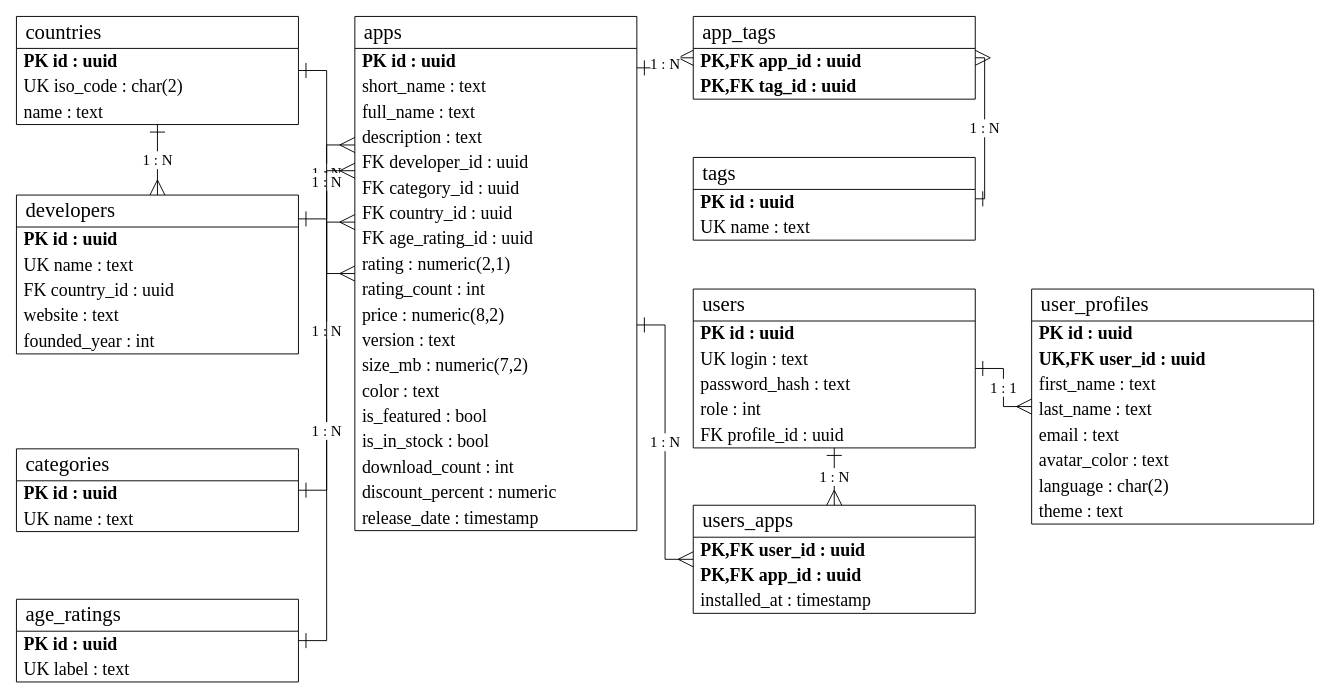
The draw.io diagram docs/UML/erd.drawio in martim-x/AppStore, before the edit. Source tidied: cells renumbered, new cells numbered last; positions are measured from the earlier drawing's top-left corner, leaving out a move shared by most shapes. Both pictures are drawn from the tidied source at 94%, with x=0, y=0 at pixel (16, 16).
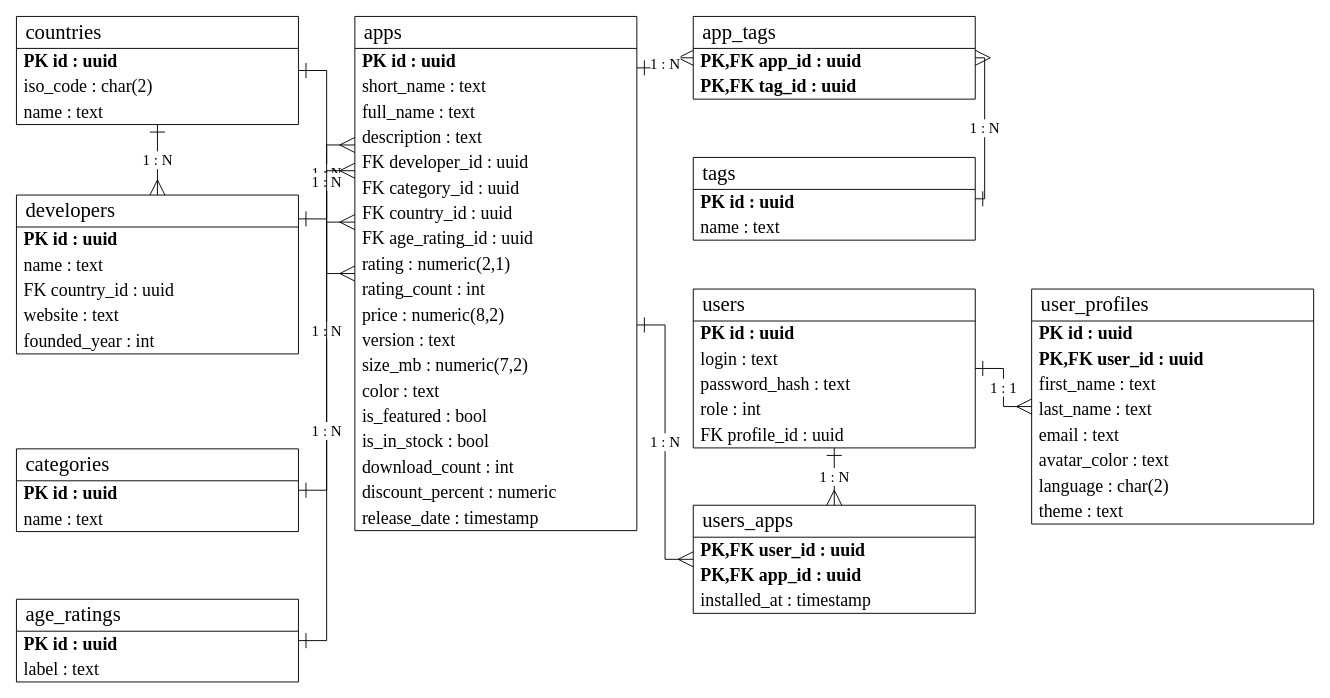
After the change.

Commit message (it also covers changes not shown here):
docs(report): источники, ERD и текст по замечаниям

Unchanged cells that the change refers to:
```xml
<mxCell id="2" value="countries" style="shape=swimlane;html=1;startSize=34;fillColor=none;strokeColor=#000000;fontFamily=Times New Roman;fontSize=22;align=left;verticalAlign=middle;spacingLeft=8;swimlaneFillColor=none;" parent="1" vertex="1">
  <mxGeometry width="300" height="115" as="geometry" />
</mxCell>
<mxCell id="6" value="developers" style="shape=swimlane;html=1;startSize=34;fillColor=none;strokeColor=#000000;fontFamily=Times New Roman;fontSize=22;align=left;verticalAlign=middle;spacingLeft=8;swimlaneFillColor=none;" parent="1" vertex="1">
  <mxGeometry y="190" width="300" height="169" as="geometry" />
</mxCell>
<mxCell id="12" value="categories" style="shape=swimlane;html=1;startSize=34;fillColor=none;strokeColor=#000000;fontFamily=Times New Roman;fontSize=22;align=left;verticalAlign=middle;spacingLeft=8;swimlaneFillColor=none;" parent="1" vertex="1">
  <mxGeometry y="460" width="300" height="88" as="geometry" />
</mxCell>
<mxCell id="15" value="age_ratings" style="shape=swimlane;html=1;startSize=34;fillColor=none;strokeColor=#000000;fontFamily=Times New Roman;fontSize=22;align=left;verticalAlign=middle;spacingLeft=8;swimlaneFillColor=none;" parent="1" vertex="1">
  <mxGeometry y="620" width="300" height="88" as="geometry" />
</mxCell>
<mxCell id="41" value="tags" style="shape=swimlane;html=1;startSize=34;fillColor=none;strokeColor=#000000;fontFamily=Times New Roman;fontSize=22;align=left;verticalAlign=middle;spacingLeft=8;swimlaneFillColor=none;" parent="1" vertex="1">
  <mxGeometry x="720" y="150" width="300" height="88" as="geometry" />
</mxCell>
<mxCell id="44" value="users" style="shape=swimlane;html=1;startSize=34;fillColor=none;strokeColor=#000000;fontFamily=Times New Roman;fontSize=22;align=left;verticalAlign=middle;spacingLeft=8;swimlaneFillColor=none;" parent="1" vertex="1">
  <mxGeometry x="720" y="290" width="300" height="169" as="geometry" />
</mxCell>
<mxCell id="50" value="user_profiles" style="shape=swimlane;html=1;startSize=34;fillColor=none;strokeColor=#000000;fontFamily=Times New Roman;fontSize=22;align=left;verticalAlign=middle;spacingLeft=8;swimlaneFillColor=none;" parent="1" vertex="1">
  <mxGeometry x="1080" y="290" width="300" height="250" as="geometry" />
</mxCell>
```

Diff of the diagram source:
```diff
@@
-    <mxCell id="4" value="UK  iso_code : char(2)" style="text;html=1;align=left;verticalAlign=middle;spacingLeft=6;fontFamily=Times New Roman;fontSize=19;strokeColor=none;fillColor=none;whiteSpace=nowrap;" parent="2" vertex="1">
+    <mxCell id="4" value="    iso_code : char(2)" style="text;html=1;align=left;verticalAlign=middle;spacingLeft=6;fontFamily=Times New Roman;fontSize=19;strokeColor=none;fillColor=none;whiteSpace=nowrap;" parent="2" vertex="1">
       <mxGeometry y="61" width="300" height="27" as="geometry" />
     </mxCell>
@@
-    <mxCell id="8" value="UK  name : text" style="text;html=1;align=left;verticalAlign=middle;spacingLeft=6;fontFamily=Times New Roman;fontSize=19;strokeColor=none;fillColor=none;whiteSpace=nowrap;" parent="6" vertex="1">
+    <mxCell id="8" value="    name : text" style="text;html=1;align=left;verticalAlign=middle;spacingLeft=6;fontFamily=Times New Roman;fontSize=19;strokeColor=none;fillColor=none;whiteSpace=nowrap;" parent="6" vertex="1">
       <mxGeometry y="61" width="300" height="27" as="geometry" />
     </mxCell>
@@
-    <mxCell id="14" value="UK  name : text" style="text;html=1;align=left;verticalAlign=middle;spacingLeft=6;fontFamily=Times New Roman;fontSize=19;strokeColor=none;fillColor=none;whiteSpace=nowrap;" parent="12" vertex="1">
+    <mxCell id="14" value="    name : text" style="text;html=1;align=left;verticalAlign=middle;spacingLeft=6;fontFamily=Times New Roman;fontSize=19;strokeColor=none;fillColor=none;whiteSpace=nowrap;" parent="12" vertex="1">
       <mxGeometry y="61" width="300" height="27" as="geometry" />
     </mxCell>
@@
-    <mxCell id="17" value="UK  label : text" style="text;html=1;align=left;verticalAlign=middle;spacingLeft=6;fontFamily=Times New Roman;fontSize=19;strokeColor=none;fillColor=none;whiteSpace=nowrap;" parent="15" vertex="1">
+    <mxCell id="17" value="    label : text" style="text;html=1;align=left;verticalAlign=middle;spacingLeft=6;fontFamily=Times New Roman;fontSize=19;strokeColor=none;fillColor=none;whiteSpace=nowrap;" parent="15" vertex="1">
       <mxGeometry y="61" width="300" height="27" as="geometry" />
     </mxCell>
@@
-    <mxCell id="43" value="UK  name : text" style="text;html=1;align=left;verticalAlign=middle;spacingLeft=6;fontFamily=Times New Roman;fontSize=19;strokeColor=none;fillColor=none;whiteSpace=nowrap;" parent="41" vertex="1">
+    <mxCell id="43" value="    name : text" style="text;html=1;align=left;verticalAlign=middle;spacingLeft=6;fontFamily=Times New Roman;fontSize=19;strokeColor=none;fillColor=none;whiteSpace=nowrap;" parent="41" vertex="1">
       <mxGeometry y="61" width="300" height="27" as="geometry" />
     </mxCell>
@@
-    <mxCell id="46" value="UK  login : text" style="text;html=1;align=left;verticalAlign=middle;spacingLeft=6;fontFamily=Times New Roman;fontSize=19;strokeColor=none;fillColor=none;whiteSpace=nowrap;" parent="44" vertex="1">
+    <mxCell id="46" value="    login : text" style="text;html=1;align=left;verticalAlign=middle;spacingLeft=6;fontFamily=Times New Roman;fontSize=19;strokeColor=none;fillColor=none;whiteSpace=nowrap;" parent="44" vertex="1">
       <mxGeometry y="61" width="300" height="27" as="geometry" />
     </mxCell>
@@
-    <mxCell id="52" value="UK,FK  user_id : uuid" style="text;html=1;align=left;verticalAlign=middle;spacingLeft=6;fontFamily=Times New Roman;fontSize=19;strokeColor=none;fillColor=none;whiteSpace=nowrap;fontStyle=1;" parent="50" vertex="1">
+    <mxCell id="52" value="PK,FK  user_id : uuid" style="text;html=1;align=left;verticalAlign=middle;spacingLeft=6;fontFamily=Times New Roman;fontSize=19;strokeColor=none;fillColor=none;whiteSpace=nowrap;fontStyle=1;" parent="50" vertex="1">
       <mxGeometry y="61" width="300" height="27" as="geometry" />
     </mxCell>
```
